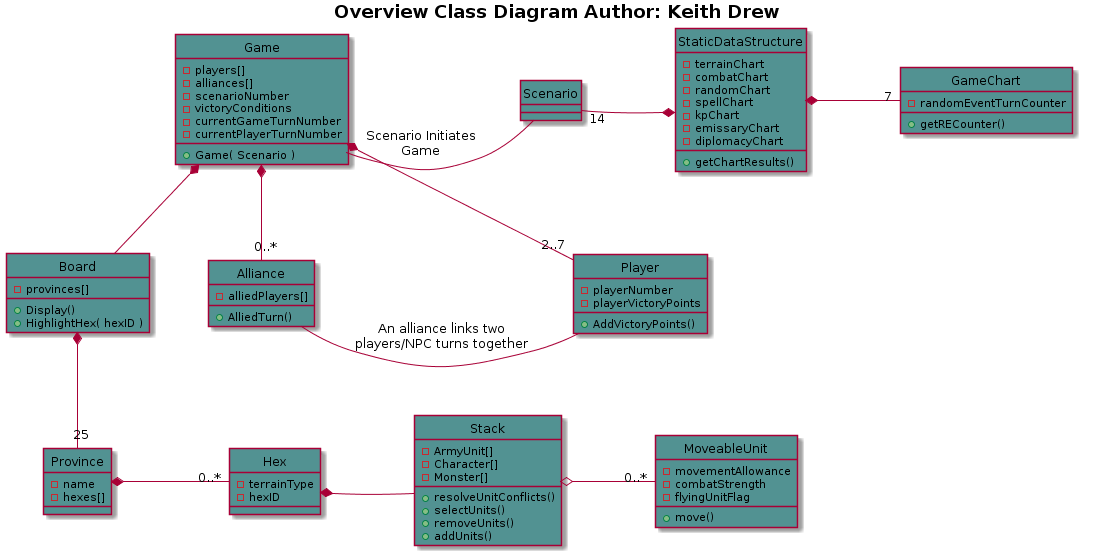
Before: doc/masterClassDiagrams/overview.png, a diagram exported from PlantUML (cjeffery/sworsorc). Its diagram source:
```plantuml
@startuml
hide circle
title <b>Overview Class Diagram<b> Author: Keith Drew

Game *-- Board
Game *-- "2..7" Player
Game *-- "0..*" Alliance
Game - Scenario : Scenario Initiates\nGame
Scenario "14" -* StaticDataStructure
Alliance - Player : An alliance links two\nplayers/NPC turns together
Province "25" -down-* Board
Hex "0..*" -right-* Province
Stack -right-* Hex
MoveableUnit "0..*" -right-o Stack
StaticDataStructure *- "7" GameChart

class Game #529292 {
-players[]
-alliances[]
-scenarioNumber
-victoryConditions
-currentGameTurnNumber
-currentPlayerTurnNumber
+Game( Scenario )
}

class Board #529292 {
-provinces[]
+Display()
+HighlightHex( hexID )
}

class Player #529292 {
-playerNumber
-playerVictoryPoints
+AddVictoryPoints()
}

class Alliance #529292 {
-alliedPlayers[]
+AlliedTurn()
}

class Province #529292 {
-name
-hexes[]
}

class Hex #529292 {
-terrainType
-hexID
-
}

class Stack #529292 {
-ArmyUnit[]
-Character[]
-Monster[]
+resolveUnitConflicts()
+selectUnits()
+removeUnits()
+addUnits()
}

class MoveableUnit #529292 {
-movementAllowance
-combatStrength
-flyingUnitFlag
+move()
}

class Scenario #529292 {
}

class StaticDataStructure #529292 {
-terrainChart
-combatChart
-randomChart
-spellChart
-kpChart
-emissaryChart
-diplomacyChart
+getChartResults()
}

class GameChart #529292 {
-randomEventTurnCounter
+getRECounter()
}

@enduml
```
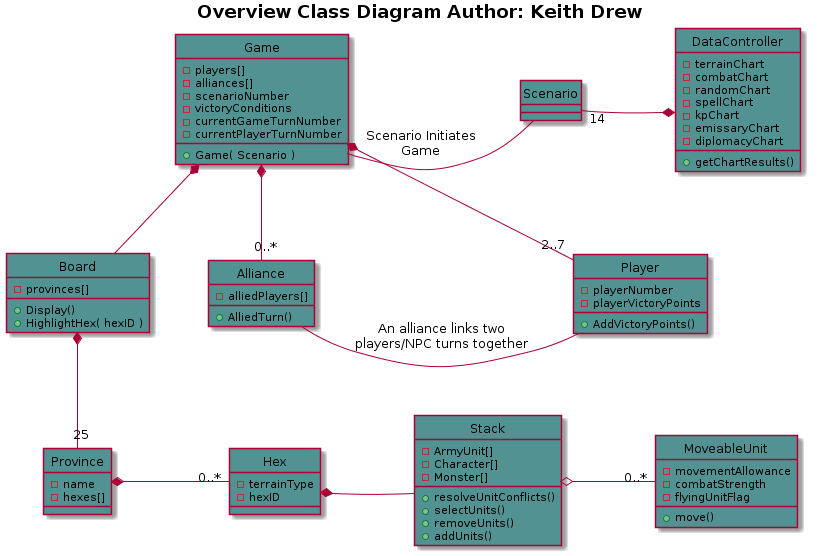
The same diagram one commit later.

Commit message:
name change for StaticDataStructure -> DataController

The edit, as a diff of the source:
```diff
@@ -6,13 +6,12 @@
 Game *-- "2..7" Player
 Game *-- "0..*" Alliance
 Game - Scenario : Scenario Initiates\nGame
-Scenario "14" -* StaticDataStructure
+Scenario "14" -* DataController
 Alliance - Player : An alliance links two\nplayers/NPC turns together
 Province "25" -down-* Board
 Hex "0..*" -right-* Province
 Stack -right-* Hex
 MoveableUnit "0..*" -right-o Stack
-StaticDataStructure *- "7" GameChart
 
 class Game #529292 {
 -players[]
@@ -72,7 +71,7 @@
 class Scenario #529292 {
 }
 
-class StaticDataStructure #529292 {
+class DataController #529292 {
 -terrainChart
 -combatChart
 -randomChart
@@ -82,10 +81,4 @@
 -diplomacyChart
 +getChartResults()
 }
-
-class GameChart #529292 {
--randomEventTurnCounter
-+getRECounter()
-}
-
 @enduml
```
